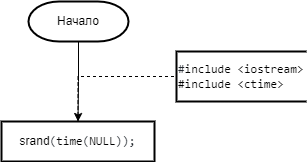
The draw.io diagram 2 Семестр/Labs/5 Лаба(Двумерные массивы)/Двумерные массивы.png in IlyaFedoseev227/LABS-PNRPU-IVT-22-1b, before a commit. Source tidied: cells renumbered, new cells last; positions are measured from the earlier drawing's top-left corner, leaving out a move shared by most shapes.
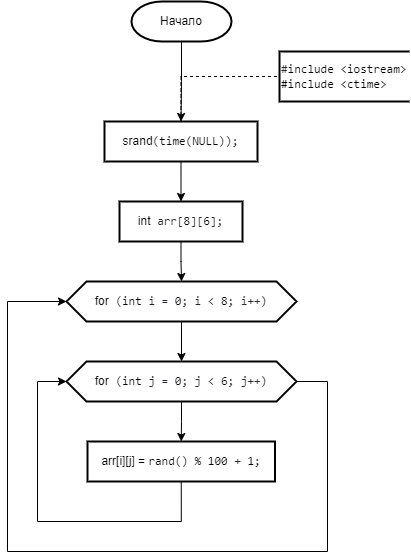
Above is the later version.

What changed in the source:
```diff
@@ -8,6 +8,9 @@
     <mxCell id="3" value="Начало" style="strokeWidth=2;html=1;shape=mxgraph.flowchart.terminator;whiteSpace=wrap;" parent="1" vertex="1">
       <mxGeometry x="27" width="100" height="40" as="geometry" />
     </mxCell>
+    <mxCell id="7" style="edgeStyle=orthogonalEdgeStyle;rounded=0;jettySize=auto;html=1;exitX=0.5;exitY=1;exitDx=0;exitDy=0;" parent="1" edge="1" source="4" target="9">
+      <mxGeometry relative="1" as="geometry" />
+    </mxCell>
     <mxCell id="4" value="&lt;div style=&quot;text-align: start;&quot;&gt;srand&lt;span style=&quot;color: rgb(36, 41, 47); font-family: ui-monospace, SFMono-Regular, &amp;quot;SF Mono&amp;quot;, Menlo, Consolas, &amp;quot;Liberation Mono&amp;quot;, monospace; background-color: rgb(255, 255, 255);&quot;&gt;(&lt;/span&gt;&lt;span style=&quot;box-sizing: border-box; color: var(--color-prettylights-syntax-constant); font-family: ui-monospace, SFMono-Regular, &amp;quot;SF Mono&amp;quot;, Menlo, Consolas, &amp;quot;Liberation Mono&amp;quot;, monospace; background-color: rgb(255, 255, 255);&quot; class=&quot;pl-c1&quot;&gt;time&lt;/span&gt;&lt;span style=&quot;color: rgb(36, 41, 47); font-family: ui-monospace, SFMono-Regular, &amp;quot;SF Mono&amp;quot;, Menlo, Consolas, &amp;quot;Liberation Mono&amp;quot;, monospace; background-color: rgb(255, 255, 255);&quot;&gt;(&lt;/span&gt;&lt;span style=&quot;box-sizing: border-box; color: var(--color-prettylights-syntax-constant); font-family: ui-monospace, SFMono-Regular, &amp;quot;SF Mono&amp;quot;, Menlo, Consolas, &amp;quot;Liberation Mono&amp;quot;, monospace; background-color: rgb(255, 255, 255);&quot; class=&quot;pl-c1&quot;&gt;NULL&lt;/span&gt;&lt;span style=&quot;color: rgb(36, 41, 47); font-family: ui-monospace, SFMono-Regular, &amp;quot;SF Mono&amp;quot;, Menlo, Consolas, &amp;quot;Liberation Mono&amp;quot;, monospace; background-color: rgb(255, 255, 255);&quot;&gt;));&lt;/span&gt;&lt;br&gt;&lt;/div&gt;" style="shape=parallelogram;perimeter=parallelogramPerimeter;whiteSpace=wrap;html=1;fixedSize=1;strokeWidth=2;size=-6;" parent="1" vertex="1">
       <mxGeometry y="120" width="153" height="40" as="geometry" />
     </mxCell>
@@ -17,5 +20,45 @@
     <mxCell id="6" value="&lt;span style=&quot;color: rgb(36, 41, 47); font-family: ui-monospace, SFMono-Regular, &amp;quot;SF Mono&amp;quot;, Menlo, Consolas, &amp;quot;Liberation Mono&amp;quot;, monospace; background-color: rgb(255, 255, 255);&quot;&gt;#&lt;/span&gt;&lt;span style=&quot;box-sizing: border-box; color: var(--color-prettylights-syntax-keyword); font-family: ui-monospace, SFMono-Regular, &amp;quot;SF Mono&amp;quot;, Menlo, Consolas, &amp;quot;Liberation Mono&amp;quot;, monospace; background-color: rgb(255, 255, 255);&quot; class=&quot;pl-k&quot;&gt;include&lt;/span&gt;&lt;span style=&quot;color: rgb(36, 41, 47); font-family: ui-monospace, SFMono-Regular, &amp;quot;SF Mono&amp;quot;, Menlo, Consolas, &amp;quot;Liberation Mono&amp;quot;, monospace; background-color: rgb(255, 255, 255);&quot;&gt; &lt;/span&gt;&lt;span style=&quot;box-sizing: border-box; color: var(--color-prettylights-syntax-string); font-family: ui-monospace, SFMono-Regular, &amp;quot;SF Mono&amp;quot;, Menlo, Consolas, &amp;quot;Liberation Mono&amp;quot;, monospace; background-color: rgb(255, 255, 255);&quot; class=&quot;pl-s&quot;&gt;&lt;span style=&quot;box-sizing: border-box; color: var(--color-prettylights-syntax-string);&quot; class=&quot;pl-pds&quot;&gt;&amp;lt;iostream&lt;/span&gt;&lt;span style=&quot;box-sizing: border-box; color: var(--color-prettylights-syntax-string);&quot; class=&quot;pl-pds&quot;&gt;&amp;gt;&lt;br&gt;#&lt;span style=&quot;box-sizing: border-box; color: var(--color-prettylights-syntax-keyword);&quot; class=&quot;pl-k&quot;&gt;include&lt;/span&gt;&lt;span style=&quot;color: rgb(36, 41, 47);&quot;&gt; &lt;/span&gt;&lt;span style=&quot;box-sizing: border-box; color: var(--color-prettylights-syntax-string);&quot; class=&quot;pl-s&quot;&gt;&lt;span style=&quot;box-sizing: border-box; color: var(--color-prettylights-syntax-string);&quot; class=&quot;pl-pds&quot;&gt;&amp;lt;&lt;/span&gt;ctime&lt;span style=&quot;box-sizing: border-box; color: var(--color-prettylights-syntax-string);&quot; class=&quot;pl-pds&quot;&gt;&amp;gt;&lt;/span&gt;&lt;/span&gt;&lt;br&gt;&lt;/span&gt;&lt;/span&gt;" style="strokeWidth=2;html=1;shape=mxgraph.flowchart.annotation_1;align=left;" parent="1" vertex="1">
       <mxGeometry x="175" y="50" width="130" height="50" as="geometry" />
     </mxCell>
+    <mxCell id="8" style="edgeStyle=orthogonalEdgeStyle;rounded=0;jettySize=auto;html=1;exitX=0.5;exitY=1;exitDx=0;exitDy=0;entryX=0.5;entryY=0;entryDx=0;entryDy=0;" parent="1" edge="1" source="9" target="11">
+      <mxGeometry relative="1" as="geometry" />
+    </mxCell>
+    <mxCell id="9" value="&lt;div style=&quot;text-align: start;&quot;&gt;int&lt;span style=&quot;color: rgb(36, 41, 47); font-family: ui-monospace, SFMono-Regular, &amp;quot;SF Mono&amp;quot;, Menlo, Consolas, &amp;quot;Liberation Mono&amp;quot;, monospace; background-color: rgb(255, 255, 255);&quot;&gt; arr[&lt;/span&gt;&lt;span style=&quot;box-sizing: border-box; color: var(--color-prettylights-syntax-constant); font-family: ui-monospace, SFMono-Regular, &amp;quot;SF Mono&amp;quot;, Menlo, Consolas, &amp;quot;Liberation Mono&amp;quot;, monospace; background-color: rgb(255, 255, 255);&quot; class=&quot;pl-c1&quot;&gt;8&lt;/span&gt;&lt;span style=&quot;color: rgb(36, 41, 47); font-family: ui-monospace, SFMono-Regular, &amp;quot;SF Mono&amp;quot;, Menlo, Consolas, &amp;quot;Liberation Mono&amp;quot;, monospace; background-color: rgb(255, 255, 255);&quot;&gt;][&lt;/span&gt;&lt;span style=&quot;box-sizing: border-box; color: var(--color-prettylights-syntax-constant); font-family: ui-monospace, SFMono-Regular, &amp;quot;SF Mono&amp;quot;, Menlo, Consolas, &amp;quot;Liberation Mono&amp;quot;, monospace; background-color: rgb(255, 255, 255);&quot; class=&quot;pl-c1&quot;&gt;6&lt;/span&gt;&lt;span style=&quot;color: rgb(36, 41, 47); font-family: ui-monospace, SFMono-Regular, &amp;quot;SF Mono&amp;quot;, Menlo, Consolas, &amp;quot;Liberation Mono&amp;quot;, monospace; background-color: rgb(255, 255, 255);&quot;&gt;];&lt;/span&gt;&lt;br&gt;&lt;/div&gt;" style="shape=parallelogram;perimeter=parallelogramPerimeter;whiteSpace=wrap;html=1;fixedSize=1;strokeWidth=2;size=-6;" parent="1" vertex="1">
+      <mxGeometry x="15" y="200" width="123" height="40" as="geometry" />
+    </mxCell>
+    <mxCell id="10" style="edgeStyle=orthogonalEdgeStyle;rounded=0;jettySize=auto;html=1;exitX=0.5;exitY=1;exitDx=0;exitDy=0;" parent="1" edge="1" source="11" target="14">
+      <mxGeometry relative="1" as="geometry" />
+    </mxCell>
+    <mxCell id="11" value="&lt;div style=&quot;text-align: start;&quot;&gt;for&lt;span style=&quot;color: rgb(36, 41, 47); font-family: ui-monospace, SFMono-Regular, &amp;quot;SF Mono&amp;quot;, Menlo, Consolas, &amp;quot;Liberation Mono&amp;quot;, monospace; background-color: rgb(255, 255, 255);&quot;&gt; (&lt;/span&gt;&lt;span style=&quot;box-sizing: border-box; color: var(--color-prettylights-syntax-keyword); font-family: ui-monospace, SFMono-Regular, &amp;quot;SF Mono&amp;quot;, Menlo, Consolas, &amp;quot;Liberation Mono&amp;quot;, monospace; background-color: rgb(255, 255, 255);&quot; class=&quot;pl-k&quot;&gt;int&lt;/span&gt;&lt;span style=&quot;color: rgb(36, 41, 47); font-family: ui-monospace, SFMono-Regular, &amp;quot;SF Mono&amp;quot;, Menlo, Consolas, &amp;quot;Liberation Mono&amp;quot;, monospace; background-color: rgb(255, 255, 255);&quot;&gt; i = &lt;/span&gt;&lt;span style=&quot;box-sizing: border-box; color: var(--color-prettylights-syntax-constant); font-family: ui-monospace, SFMono-Regular, &amp;quot;SF Mono&amp;quot;, Menlo, Consolas, &amp;quot;Liberation Mono&amp;quot;, monospace; background-color: rgb(255, 255, 255);&quot; class=&quot;pl-c1&quot;&gt;0&lt;/span&gt;&lt;span style=&quot;color: rgb(36, 41, 47); font-family: ui-monospace, SFMono-Regular, &amp;quot;SF Mono&amp;quot;, Menlo, Consolas, &amp;quot;Liberation Mono&amp;quot;, monospace; background-color: rgb(255, 255, 255);&quot;&gt;; i &amp;lt; &lt;/span&gt;&lt;span style=&quot;box-sizing: border-box; color: var(--color-prettylights-syntax-constant); font-family: ui-monospace, SFMono-Regular, &amp;quot;SF Mono&amp;quot;, Menlo, Consolas, &amp;quot;Liberation Mono&amp;quot;, monospace; background-color: rgb(255, 255, 255);&quot; class=&quot;pl-c1&quot;&gt;8&lt;/span&gt;&lt;span style=&quot;color: rgb(36, 41, 47); font-family: ui-monospace, SFMono-Regular, &amp;quot;SF Mono&amp;quot;, Menlo, Consolas, &amp;quot;Liberation Mono&amp;quot;, monospace; background-color: rgb(255, 255, 255);&quot;&gt;; i++)&lt;/span&gt;&lt;br&gt;&lt;/div&gt;" style="shape=hexagon;perimeter=hexagonPerimeter2;whiteSpace=wrap;html=1;fixedSize=1;strokeWidth=2;" parent="1" vertex="1">
+      <mxGeometry x="-38" y="280" width="230" height="40" as="geometry" />
+    </mxCell>
+    <mxCell id="12" style="edgeStyle=orthogonalEdgeStyle;rounded=0;jettySize=auto;html=1;exitX=0.5;exitY=1;exitDx=0;exitDy=0;entryX=0.5;entryY=0;entryDx=0;entryDy=0;" parent="1" edge="1" source="14" target="16">
+      <mxGeometry relative="1" as="geometry" />
+    </mxCell>
+    <mxCell id="13" style="edgeStyle=orthogonalEdgeStyle;rounded=0;jettySize=auto;html=1;exitX=1;exitY=0.5;exitDx=0;exitDy=0;entryX=0;entryY=0.5;entryDx=0;entryDy=0;" parent="1" edge="1" source="14" target="11">
+      <mxGeometry relative="1" as="geometry">
+        <Array as="points">
+          <mxPoint x="223" y="380" />
+          <mxPoint x="223" y="550" />
+          <mxPoint x="-97" y="550" />
+          <mxPoint x="-97" y="300" />
+        </Array>
+      </mxGeometry>
+    </mxCell>
+    <mxCell id="14" value="&lt;div style=&quot;text-align: start;&quot;&gt;for&lt;span style=&quot;color: rgb(36, 41, 47); font-family: ui-monospace, SFMono-Regular, &amp;quot;SF Mono&amp;quot;, Menlo, Consolas, &amp;quot;Liberation Mono&amp;quot;, monospace; background-color: rgb(255, 255, 255);&quot;&gt; (&lt;/span&gt;&lt;span style=&quot;box-sizing: border-box; color: var(--color-prettylights-syntax-keyword); font-family: ui-monospace, SFMono-Regular, &amp;quot;SF Mono&amp;quot;, Menlo, Consolas, &amp;quot;Liberation Mono&amp;quot;, monospace; background-color: rgb(255, 255, 255);&quot; class=&quot;pl-k&quot;&gt;int&lt;/span&gt;&lt;span style=&quot;color: rgb(36, 41, 47); font-family: ui-monospace, SFMono-Regular, &amp;quot;SF Mono&amp;quot;, Menlo, Consolas, &amp;quot;Liberation Mono&amp;quot;, monospace; background-color: rgb(255, 255, 255);&quot;&gt; j = &lt;/span&gt;&lt;span style=&quot;box-sizing: border-box; color: var(--color-prettylights-syntax-constant); font-family: ui-monospace, SFMono-Regular, &amp;quot;SF Mono&amp;quot;, Menlo, Consolas, &amp;quot;Liberation Mono&amp;quot;, monospace; background-color: rgb(255, 255, 255);&quot; class=&quot;pl-c1&quot;&gt;0&lt;/span&gt;&lt;span style=&quot;color: rgb(36, 41, 47); font-family: ui-monospace, SFMono-Regular, &amp;quot;SF Mono&amp;quot;, Menlo, Consolas, &amp;quot;Liberation Mono&amp;quot;, monospace; background-color: rgb(255, 255, 255);&quot;&gt;; j &amp;lt; &lt;/span&gt;&lt;span style=&quot;box-sizing: border-box; color: var(--color-prettylights-syntax-constant); font-family: ui-monospace, SFMono-Regular, &amp;quot;SF Mono&amp;quot;, Menlo, Consolas, &amp;quot;Liberation Mono&amp;quot;, monospace; background-color: rgb(255, 255, 255);&quot; class=&quot;pl-c1&quot;&gt;6&lt;/span&gt;&lt;span style=&quot;color: rgb(36, 41, 47); font-family: ui-monospace, SFMono-Regular, &amp;quot;SF Mono&amp;quot;, Menlo, Consolas, &amp;quot;Liberation Mono&amp;quot;, monospace; background-color: rgb(255, 255, 255);&quot;&gt;; j++)&lt;/span&gt;&lt;br&gt;&lt;/div&gt;" style="shape=hexagon;perimeter=hexagonPerimeter2;whiteSpace=wrap;html=1;fixedSize=1;strokeWidth=2;" parent="1" vertex="1">
+      <mxGeometry x="-38" y="360" width="230" height="40" as="geometry" />
+    </mxCell>
+    <mxCell id="15" style="edgeStyle=orthogonalEdgeStyle;rounded=0;jettySize=auto;html=1;exitX=0.5;exitY=1;exitDx=0;exitDy=0;entryX=0;entryY=0.5;entryDx=0;entryDy=0;" parent="1" edge="1" source="16" target="14">
+      <mxGeometry relative="1" as="geometry">
+        <Array as="points">
+          <mxPoint x="77" y="520" />
+          <mxPoint x="-67" y="520" />
+          <mxPoint x="-67" y="380" />
+        </Array>
+      </mxGeometry>
+    </mxCell>
+    <mxCell id="16" value="&lt;div style=&quot;text-align: start;&quot;&gt;arr[i][j] = &lt;span style=&quot;box-sizing: border-box; color: var(--color-prettylights-syntax-constant); font-family: ui-monospace, SFMono-Regular, &amp;quot;SF Mono&amp;quot;, Menlo, Consolas, &amp;quot;Liberation Mono&amp;quot;, monospace; background-color: rgb(255, 255, 255);&quot; class=&quot;pl-c1&quot;&gt;rand&lt;/span&gt;&lt;span style=&quot;color: rgb(36, 41, 47); font-family: ui-monospace, SFMono-Regular, &amp;quot;SF Mono&amp;quot;, Menlo, Consolas, &amp;quot;Liberation Mono&amp;quot;, monospace; background-color: rgb(255, 255, 255);&quot;&gt;() % &lt;/span&gt;&lt;span style=&quot;box-sizing: border-box; color: var(--color-prettylights-syntax-constant); font-family: ui-monospace, SFMono-Regular, &amp;quot;SF Mono&amp;quot;, Menlo, Consolas, &amp;quot;Liberation Mono&amp;quot;, monospace; background-color: rgb(255, 255, 255);&quot; class=&quot;pl-c1&quot;&gt;100&lt;/span&gt;&lt;span style=&quot;color: rgb(36, 41, 47); font-family: ui-monospace, SFMono-Regular, &amp;quot;SF Mono&amp;quot;, Menlo, Consolas, &amp;quot;Liberation Mono&amp;quot;, monospace; background-color: rgb(255, 255, 255);&quot;&gt; + &lt;/span&gt;&lt;span style=&quot;box-sizing: border-box; color: var(--color-prettylights-syntax-constant); font-family: ui-monospace, SFMono-Regular, &amp;quot;SF Mono&amp;quot;, Menlo, Consolas, &amp;quot;Liberation Mono&amp;quot;, monospace; background-color: rgb(255, 255, 255);&quot; class=&quot;pl-c1&quot;&gt;1&lt;/span&gt;&lt;span style=&quot;color: rgb(36, 41, 47); font-family: ui-monospace, SFMono-Regular, &amp;quot;SF Mono&amp;quot;, Menlo, Consolas, &amp;quot;Liberation Mono&amp;quot;, monospace; background-color: rgb(255, 255, 255);&quot;&gt;;&lt;/span&gt;&lt;br&gt;&lt;/div&gt;" style="shape=parallelogram;perimeter=parallelogramPerimeter;whiteSpace=wrap;html=1;fixedSize=1;strokeWidth=2;size=-6;" parent="1" vertex="1">
+      <mxGeometry x="-17" y="440" width="187.5" height="40" as="geometry" />
+    </mxCell>
   </root>
 </mxGraphModel>
```
